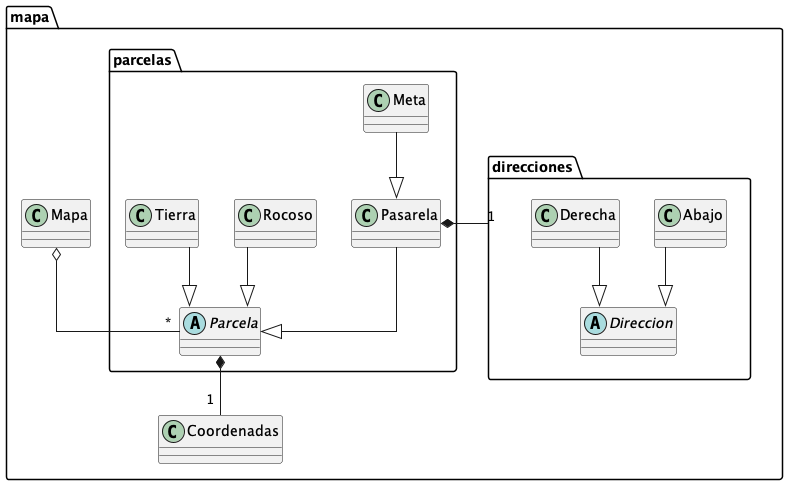
The PlantUML diagram diagrams/packages/mapaPackage.png in franzimbi/algo3_tp2, before a commit.
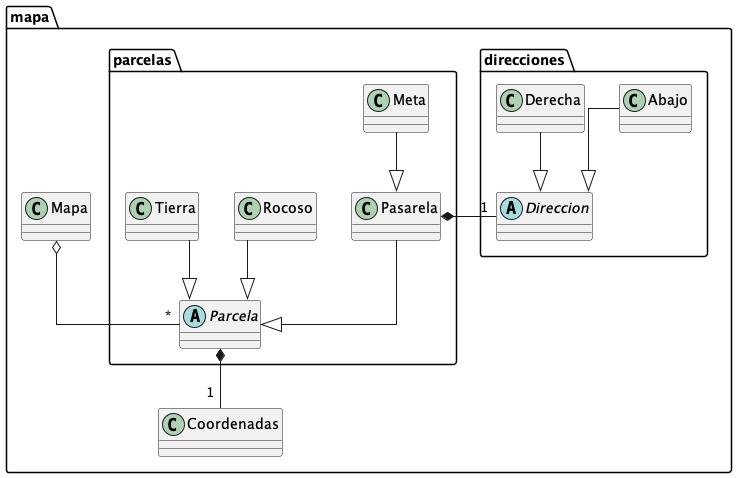
The same file after the commit.

What changed in the source:
```diff
@@ -24,7 +24,7 @@
 Mapa o-- "*" Parcela
 Meta --|>  Pasarela
 Parcela *-- "1 " Coordenadas
-Pasarela *- "1" "direcciones"
+Pasarela *- "1" Direccion
 Pasarela --|>  Parcela
 Rocoso --|>  Parcela
 Tierra --|>  Parcela
```
